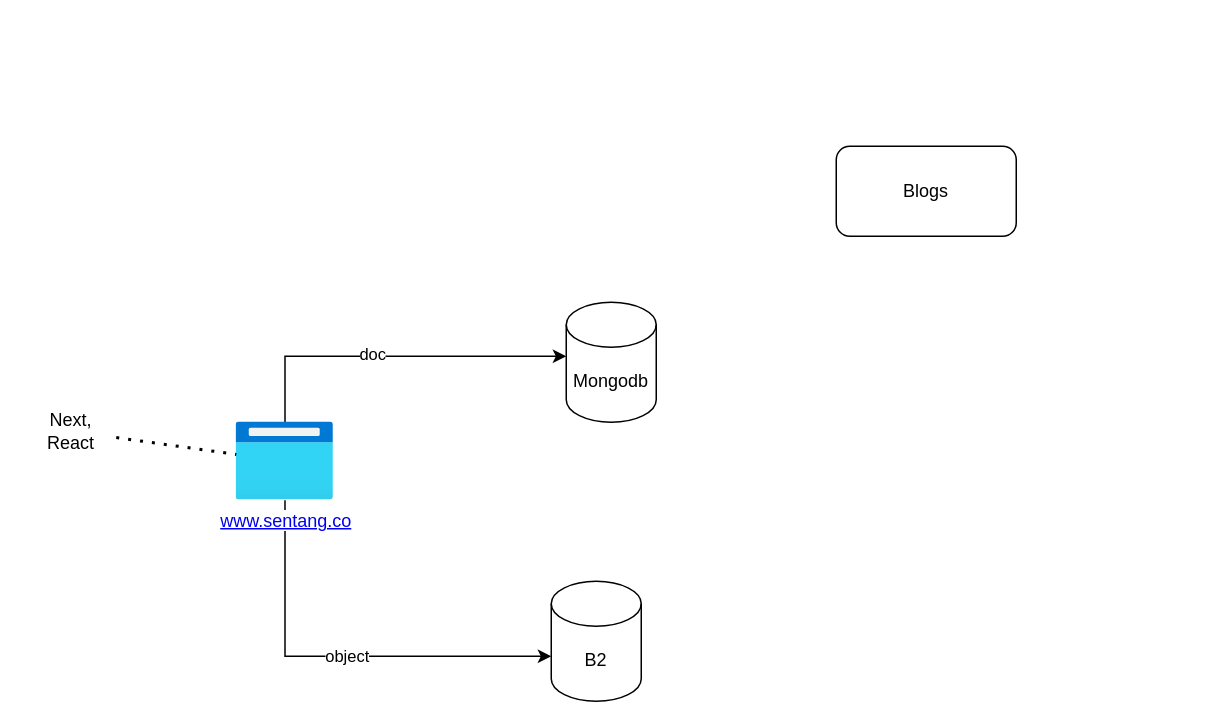
chavp/DataModeling keeps this draw.io diagram as docs/draw/Travel Platform.drawio. Above is the earlier version. Source tidied: cells renumbered, new cells numbered last; positions are measured from the earlier drawing's top-left corner, leaving out a move shared by most shapes. Both pictures are drawn from the tidied source at 150%, with x=0, y=0 at pixel (26, 146).
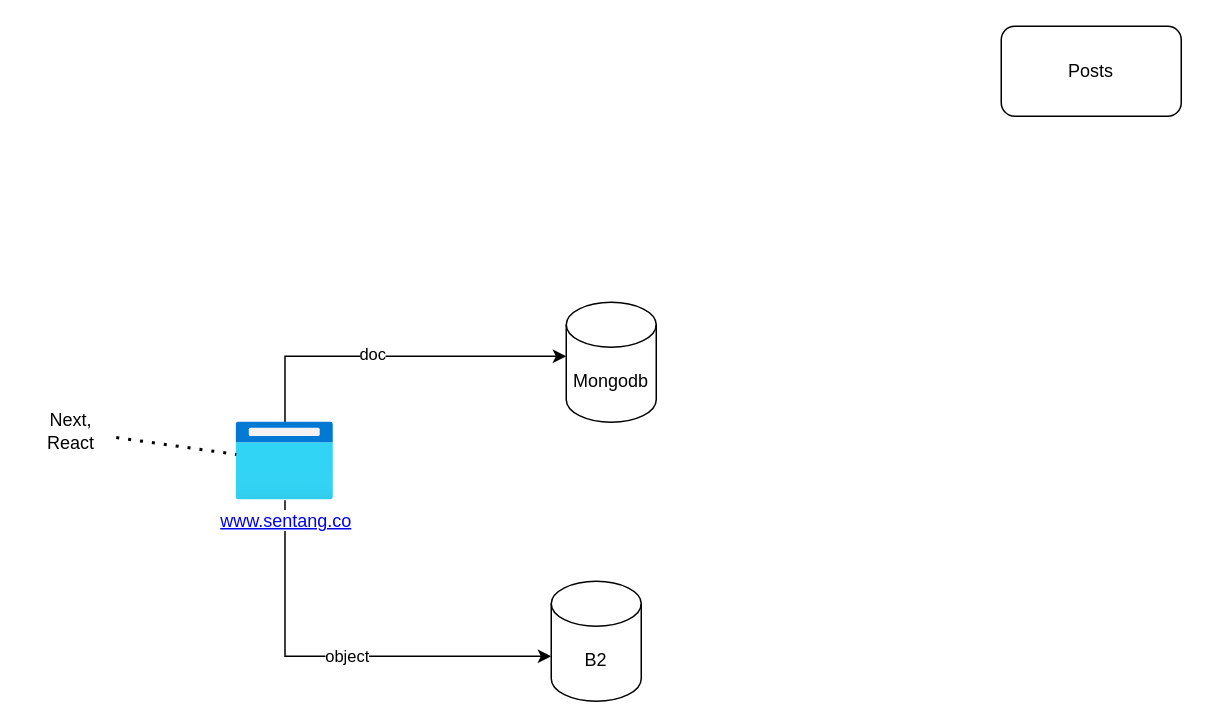
Above is the later version.

The edit, as a diff of the source:
```diff
@@
 <mxGraphModel>
   <root>
     <mxCell id="0" />
     <mxCell id="1" parent="0" />
     <mxCell id="2" style="edgeStyle=orthogonalEdgeStyle;rounded=0;jettySize=auto;html=1;" parent="1" edge="1" source="6" target="7">
       <mxGeometry relative="1" as="geometry">
         <Array as="points">
           <mxPoint x="173" y="140" />
         </Array>
       </mxGeometry>
     </mxCell>
     <mxCell id="3" value="doc" style="edgeLabel;html=1;align=center;verticalAlign=middle;" parent="2" vertex="1">
       <mxGeometry x="-0.12" y="2" relative="1" as="geometry" />
     </mxCell>
     <mxCell id="4" style="edgeStyle=orthogonalEdgeStyle;rounded=0;jettySize=auto;html=1;" parent="1" edge="1" source="6" target="9">
       <mxGeometry relative="1" as="geometry">
         <Array as="points">
           <mxPoint x="173" y="340" />
         </Array>
       </mxGeometry>
     </mxCell>
     <mxCell id="5" value="object" style="edgeLabel;html=1;align=center;verticalAlign=middle;" parent="4" vertex="1">
       <mxGeometry x="0.03" y="1" relative="1" as="geometry" />
     </mxCell>
     <mxCell id="6" value="&lt;a href=&quot;https://www.sentang.co/&quot;&gt;www.sentang.co&lt;/a&gt;" style="image;html=1;points=[];align=center;fontSize=12;image=img/lib/azure2/general/Browser.svg;" parent="1" vertex="1">
       <mxGeometry x="140" y="184" width="65" height="52" as="geometry" />
     </mxCell>
     <mxCell id="7" value="Mongodb" style="shape=cylinder3;whiteSpace=wrap;html=1;boundedLbl=1;backgroundOutline=1;size=15;" parent="1" vertex="1">
       <mxGeometry x="360" y="104" width="60" height="80" as="geometry" />
     </mxCell>
     <mxCell id="8" value="Next, React" style="text;html=1;whiteSpace=wrap;strokeColor=none;fillColor=none;align=center;verticalAlign=middle;rounded=0;" parent="1" vertex="1">
       <mxGeometry y="170" width="60" height="40" as="geometry" />
     </mxCell>
     <mxCell id="9" value="B2" style="shape=cylinder3;whiteSpace=wrap;html=1;boundedLbl=1;backgroundOutline=1;size=15;" parent="1" vertex="1">
       <mxGeometry x="350" y="290" width="60" height="80" as="geometry" />
     </mxCell>
     <mxCell id="10" style="endArrow=none;dashed=1;html=1;dashPattern=1 3;strokeWidth=2;rounded=0;" parent="1" edge="1" source="8" target="6">
       <mxGeometry relative="1" as="geometry" />
     </mxCell>
-    <mxCell id="11" value="Blogs" style="rounded=1;whiteSpace=wrap;html=1;" parent="1" vertex="1">
-      <mxGeometry x="540" width="120" height="60" as="geometry" />
+    <mxCell id="11" value="Posts" style="rounded=1;whiteSpace=wrap;html=1;" parent="1" vertex="1">
+      <mxGeometry x="650" y="-80" width="120" height="60" as="geometry" />
     </mxCell>
   </root>
 </mxGraphModel>
```
